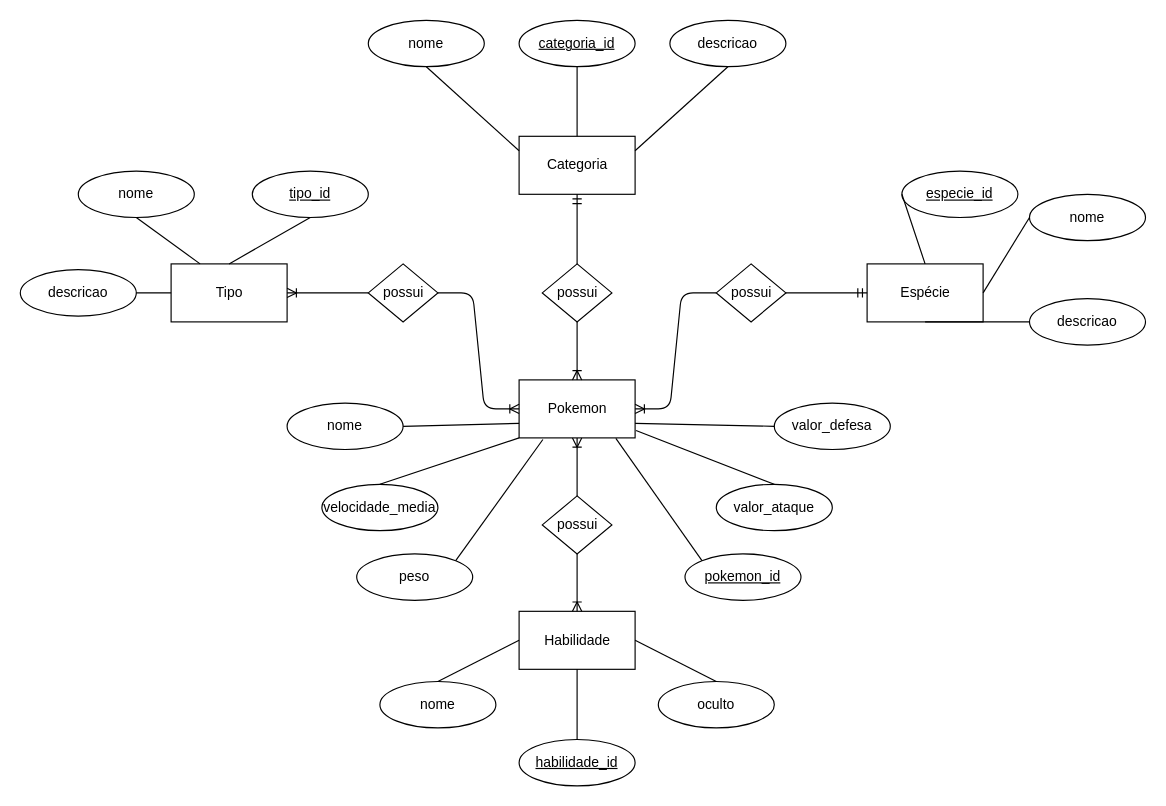
Before: der/der.drawio in luccaluchi/database-conception, a draw.io diagram. Source tidied: cells renumbered, new cells numbered last; positions are measured from the earlier drawing's top-left corner, leaving out a move shared by most shapes. Both pictures are drawn from the tidied source at 116%, with x=0, y=0 at pixel (20, 20).
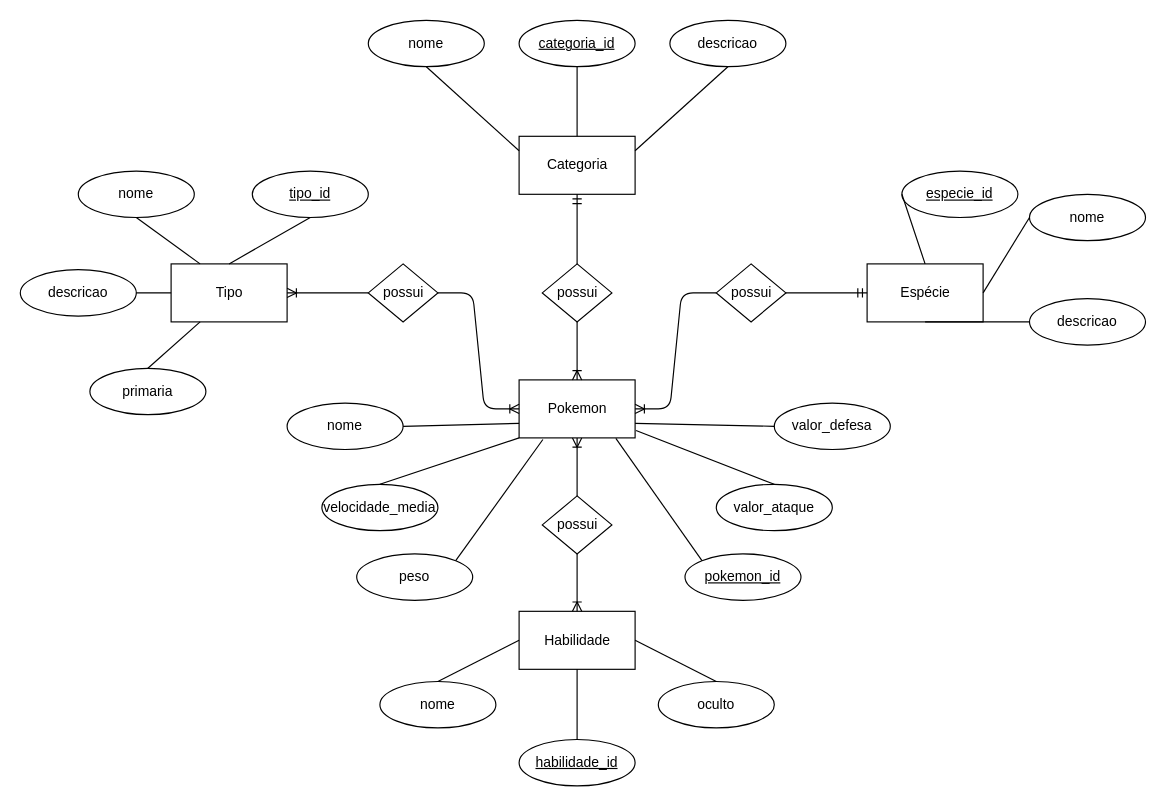
The same diagram, later.

The change refers to these unchanged cells:
```xml
<mxCell id="9" value="Tipo" style="html=1;dashed=0;whitespace=wrap;" parent="1" vertex="1">
  <mxGeometry x="130" y="210" width="100" height="50" as="geometry" />
</mxCell>
```

Diff of the diagram source:
```diff
@@
+    <mxCell id="55" value="primaria" style="ellipse;whiteSpace=wrap;html=1;align=center;" parent="1" vertex="1">
+      <mxGeometry x="60" y="300" width="100" height="40" as="geometry" />
+    </mxCell>
+    <mxCell id="56" style="endArrow=none;html=1;entryX=0.5;entryY=0;entryDx=0;entryDy=0;exitX=0.25;exitY=1;exitDx=0;exitDy=0;" parent="1" edge="1" source="9" target="55">
+      <mxGeometry relative="1" as="geometry" />
+    </mxCell>
```
